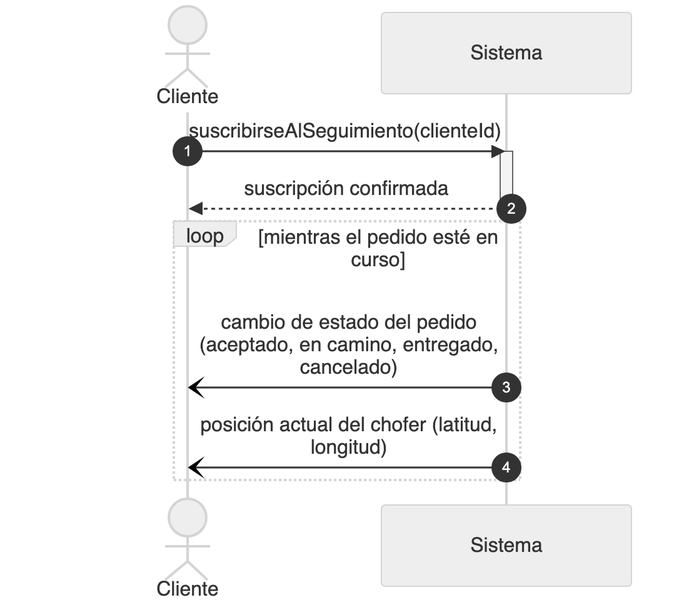
Before: diagramas/png/DSS_CU-021_Recibir-Notificaciones-En-Tiempo-Real.png, a diagram exported from Mermaid (Nahuelito-Dev/splg-docs). Its source is kept beside it as diagramas/DSS_CU-021_Recibir-Notificaciones-En-Tiempo-Real.mmd. The source it was exported from:
```mermaid
sequenceDiagram
    title DSS — CU-021 Recibir Notificaciones En Tiempo Real
    autonumber
    actor CLI as Cliente
    participant SIS as Sistema

    CLI->>SIS: suscribirseAlSeguimiento(clienteId)
    activate SIS
    SIS-->>CLI: suscripción confirmada
    deactivate SIS

    loop mientras el pedido esté en curso
        SIS-)CLI: cambio de estado del pedido (aceptado, en camino, entregado, cancelado)
        SIS-)CLI: posición actual del chofer (latitud, longitud)
    end
```
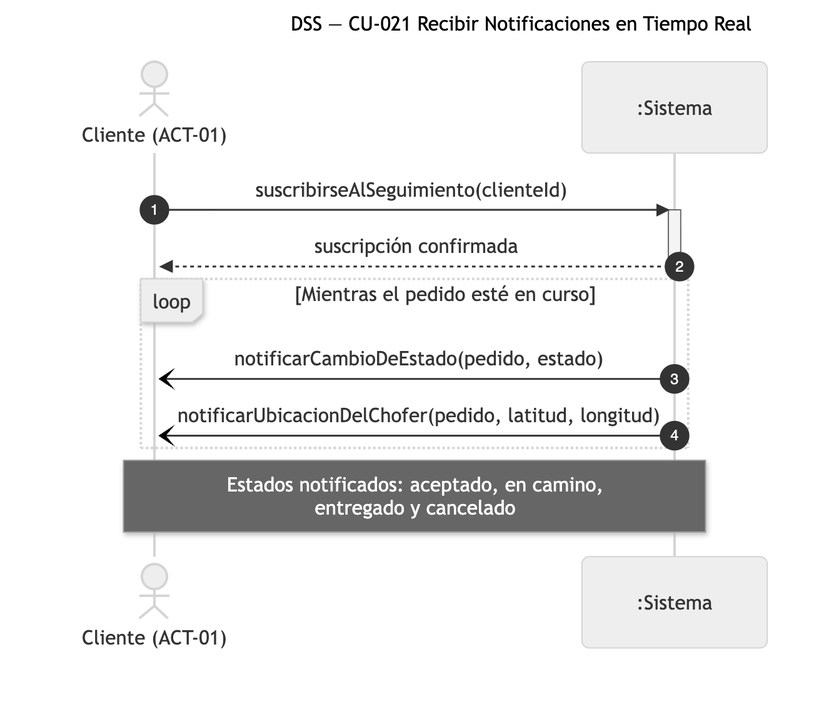
After the commit.

Diff of the diagram source:
```diff
@@ -1,15 +1,16 @@
 sequenceDiagram
-    title DSS — CU-021 Recibir Notificaciones En Tiempo Real
+    title DSS — CU-021 Recibir Notificaciones en Tiempo Real
     autonumber
-    actor CLI as Cliente
-    participant SIS as Sistema
+    actor CLI as Cliente (ACT-01)
+    participant SIS as :Sistema
 
     CLI->>SIS: suscribirseAlSeguimiento(clienteId)
     activate SIS
     SIS-->>CLI: suscripción confirmada
     deactivate SIS
 
-    loop mientras el pedido esté en curso
-        SIS-)CLI: cambio de estado del pedido (aceptado, en camino, entregado, cancelado)
-        SIS-)CLI: posición actual del chofer (latitud, longitud)
+    loop Mientras el pedido esté en curso
+        SIS-)CLI: notificarCambioDeEstado(pedido, estado)
+        SIS-)CLI: notificarUbicacionDelChofer(pedido, latitud, longitud)
     end
+    Note over CLI,SIS: Estados notificados: aceptado, en camino,<br/>entregado y cancelado
```
